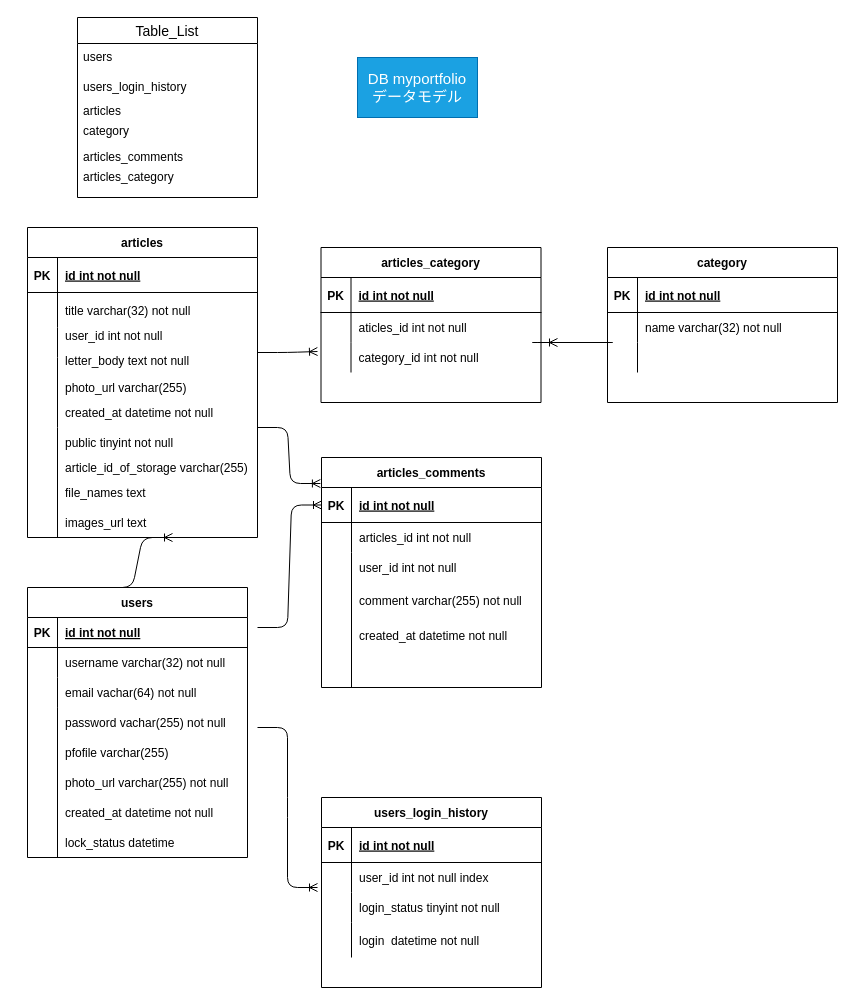
hirohana/technologypost-backend keeps this draw.io diagram as db.dio. Above is the earlier version. Source tidied: cells renumbered, new cells numbered last; positions are measured from the earlier drawing's top-left corner, leaving out a move shared by most shapes. Both pictures are drawn from the tidied source at 100%, with x=0, y=0 at pixel (17, 17).
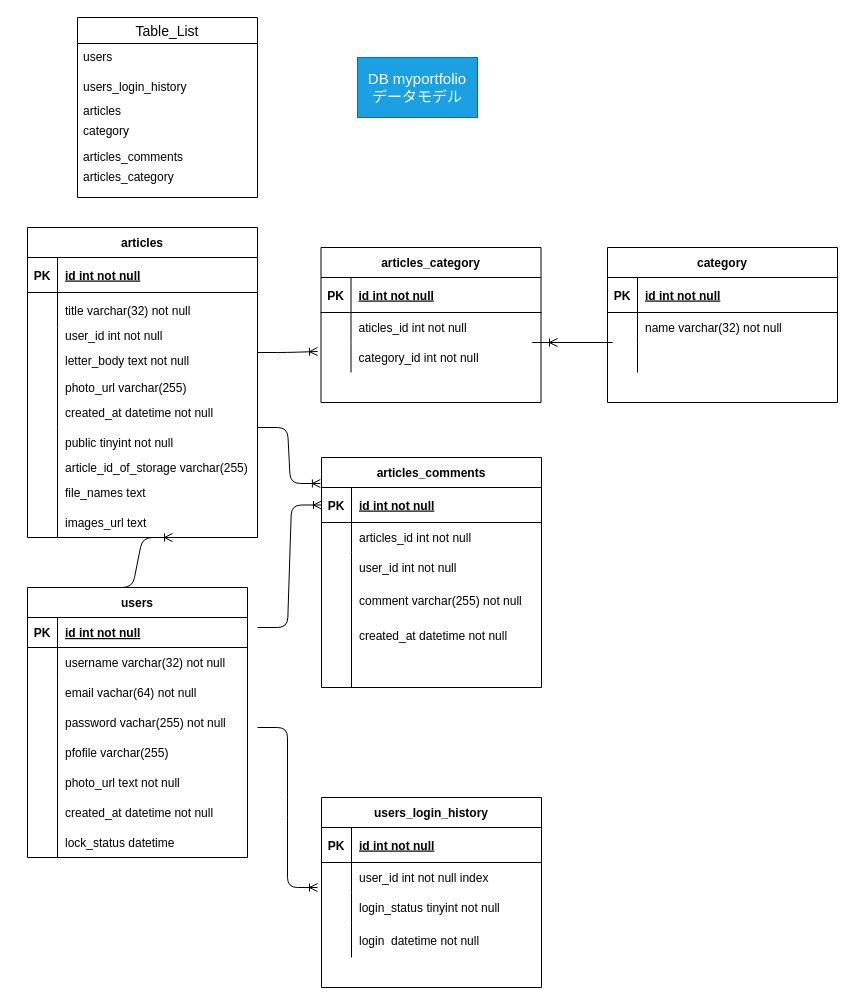
The same page after the edit.

Diff of the diagram source:
```diff
@@
-    <mxCell id="40" value="photo_url varchar(255) not null" style="shape=partialRectangle;fillColor=none;top=0;left=0;bottom=0;right=0;align=left;spacingLeft=6;overflow=hidden;" parent="1" vertex="1">
+    <mxCell id="40" value="photo_url text not null" style="shape=partialRectangle;fillColor=none;top=0;left=0;bottom=0;right=0;align=left;spacingLeft=6;overflow=hidden;" parent="1" vertex="1">
       <mxGeometry x="40" y="750" width="190" height="30" as="geometry" />
     </mxCell>
```
